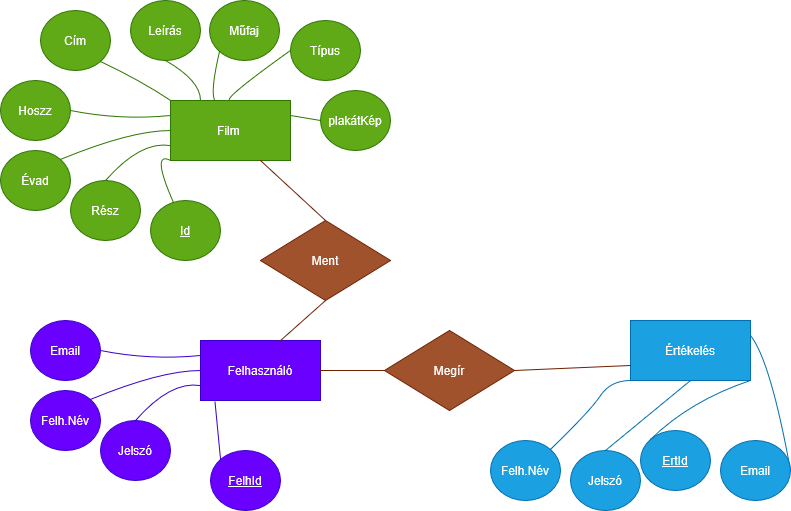
PhairithSythith/MyMiniProjects keeps this draw.io diagram as StreamTrack_EK.drawio.png. Above is the earlier version. Source tidied: cells renumbered, new cells last; positions are measured from the earlier drawing's top-left corner, leaving out a move shared by most shapes. The source it was exported from:
```xml
<mxGraphModel>
  <root>
    <mxCell id="0" />
    <mxCell id="1" parent="0" />
    <mxCell id="2" value="Film&amp;nbsp;" style="rounded=0;whiteSpace=wrap;html=1;fillColor=#60a917;fontColor=#ffffff;strokeColor=#2D7600;" parent="1" vertex="1">
      <mxGeometry x="170" y="100" width="120" height="60" as="geometry" />
    </mxCell>
    <mxCell id="3" value="Cím" style="ellipse;whiteSpace=wrap;html=1;fillColor=#60a917;fontColor=#ffffff;strokeColor=#2D7600;" parent="1" vertex="1">
      <mxGeometry x="40" y="10" width="70" height="60" as="geometry" />
    </mxCell>
    <mxCell id="4" value="Leírás" style="ellipse;whiteSpace=wrap;html=1;fillColor=#60a917;fontColor=#ffffff;strokeColor=#2D7600;" parent="1" vertex="1">
      <mxGeometry x="130" width="70" height="60" as="geometry" />
    </mxCell>
    <mxCell id="5" value="Műfaj" style="ellipse;whiteSpace=wrap;html=1;fillColor=#60a917;fontColor=#ffffff;strokeColor=#2D7600;" parent="1" vertex="1">
      <mxGeometry x="209" width="70" height="60" as="geometry" />
    </mxCell>
    <mxCell id="6" style="edgeStyle=none;curved=1;rounded=0;jettySize=auto;html=1;exitX=1;exitY=0.5;exitDx=0;exitDy=0;entryX=0;entryY=0.25;entryDx=0;entryDy=0;fontSize=12;startSize=8;endSize=8;endArrow=none;endFill=0;fillColor=#60a917;strokeColor=#2D7600;" parent="1" edge="1" source="7" target="2">
      <mxGeometry relative="1" as="geometry">
        <Array as="points">
          <mxPoint x="120" y="120" />
        </Array>
      </mxGeometry>
    </mxCell>
    <mxCell id="7" value="Hoszz" style="ellipse;whiteSpace=wrap;html=1;fillColor=#60a917;fontColor=#ffffff;strokeColor=#2D7600;" parent="1" vertex="1">
      <mxGeometry y="80" width="70" height="60" as="geometry" />
    </mxCell>
    <mxCell id="8" value="Évad" style="ellipse;whiteSpace=wrap;html=1;fillColor=#60a917;fontColor=#ffffff;strokeColor=#2D7600;" parent="1" vertex="1">
      <mxGeometry y="150" width="70" height="60" as="geometry" />
    </mxCell>
    <mxCell id="9" value="Rész" style="ellipse;whiteSpace=wrap;html=1;fillColor=#60a917;fontColor=#ffffff;strokeColor=#2D7600;" parent="1" vertex="1">
      <mxGeometry x="70" y="180" width="70" height="60" as="geometry" />
    </mxCell>
    <mxCell id="10" value="Típus" style="ellipse;whiteSpace=wrap;html=1;fillColor=#60a917;fontColor=#ffffff;strokeColor=#2D7600;" parent="1" vertex="1">
      <mxGeometry x="290" y="20" width="70" height="60" as="geometry" />
    </mxCell>
    <mxCell id="11" value="plakátKép" style="ellipse;whiteSpace=wrap;html=1;fillColor=#60a917;fontColor=#ffffff;strokeColor=#2D7600;" parent="1" vertex="1">
      <mxGeometry x="320" y="90" width="70" height="60" as="geometry" />
    </mxCell>
    <mxCell id="12" value="&lt;u&gt;Id&lt;/u&gt;" style="ellipse;whiteSpace=wrap;html=1;fillColor=#60a917;fontColor=#ffffff;strokeColor=#2D7600;" parent="1" vertex="1">
      <mxGeometry x="150" y="200" width="70" height="60" as="geometry" />
    </mxCell>
    <mxCell id="13" style="edgeStyle=none;curved=1;rounded=0;jettySize=auto;html=1;entryX=0;entryY=0;entryDx=0;entryDy=0;fontSize=12;startSize=8;endSize=8;endArrow=none;endFill=0;exitX=1;exitY=1;exitDx=0;exitDy=0;fillColor=#60a917;strokeColor=#2D7600;" parent="1" edge="1" source="3" target="2">
      <mxGeometry relative="1" as="geometry">
        <Array as="points">
          <mxPoint x="140" y="80" />
        </Array>
      </mxGeometry>
    </mxCell>
    <mxCell id="14" style="edgeStyle=none;curved=1;rounded=0;jettySize=auto;html=1;exitX=0.5;exitY=1;exitDx=0;exitDy=0;entryX=0.25;entryY=0;entryDx=0;entryDy=0;fontSize=12;startSize=8;endSize=8;endArrow=none;endFill=0;fillColor=#60a917;strokeColor=#2D7600;" parent="1" edge="1" source="4" target="2">
      <mxGeometry relative="1" as="geometry">
        <Array as="points">
          <mxPoint x="200" y="80" />
        </Array>
      </mxGeometry>
    </mxCell>
    <mxCell id="15" style="edgeStyle=none;curved=1;rounded=0;jettySize=auto;html=1;exitX=0;exitY=1;exitDx=0;exitDy=0;fontSize=12;startSize=8;endSize=8;endArrow=none;endFill=0;entryX=0.367;entryY=-0.011;entryDx=0;entryDy=0;entryPerimeter=0;fillColor=#60a917;strokeColor=#2D7600;" parent="1" edge="1" source="5" target="2">
      <mxGeometry relative="1" as="geometry">
        <Array as="points">
          <mxPoint x="210" y="90" />
        </Array>
      </mxGeometry>
    </mxCell>
    <mxCell id="16" style="edgeStyle=none;curved=1;rounded=0;jettySize=auto;html=1;exitX=1;exitY=0;exitDx=0;exitDy=0;entryX=0;entryY=0.5;entryDx=0;entryDy=0;fontSize=12;startSize=8;endSize=8;endArrow=none;endFill=0;fillColor=#60a917;strokeColor=#2D7600;" parent="1" edge="1" source="8" target="2">
      <mxGeometry relative="1" as="geometry">
        <Array as="points">
          <mxPoint x="130" y="130" />
        </Array>
      </mxGeometry>
    </mxCell>
    <mxCell id="17" style="edgeStyle=none;curved=1;rounded=0;jettySize=auto;html=1;exitX=0.5;exitY=0;exitDx=0;exitDy=0;entryX=0;entryY=0.75;entryDx=0;entryDy=0;fontSize=12;startSize=8;endSize=8;endArrow=none;endFill=0;fillColor=#60a917;strokeColor=#2D7600;" parent="1" edge="1" source="9" target="2">
      <mxGeometry relative="1" as="geometry">
        <Array as="points">
          <mxPoint x="140" y="140" />
        </Array>
      </mxGeometry>
    </mxCell>
    <mxCell id="18" style="edgeStyle=none;curved=1;rounded=0;jettySize=auto;html=1;entryX=0;entryY=1;entryDx=0;entryDy=0;fontSize=12;startSize=8;endSize=8;endArrow=none;endFill=0;fillColor=#60a917;strokeColor=#2D7600;" parent="1" edge="1" source="12" target="2">
      <mxGeometry relative="1" as="geometry">
        <Array as="points">
          <mxPoint x="150" y="150" />
        </Array>
      </mxGeometry>
    </mxCell>
    <mxCell id="19" style="edgeStyle=none;curved=1;rounded=0;jettySize=auto;html=1;exitX=0;exitY=0.5;exitDx=0;exitDy=0;fontSize=12;startSize=8;endSize=8;endArrow=none;endFill=0;entryX=0.5;entryY=0;entryDx=0;entryDy=0;fillColor=#60a917;strokeColor=#2D7600;" parent="1" edge="1" source="10" target="2">
      <mxGeometry relative="1" as="geometry">
        <Array as="points">
          <mxPoint x="220" y="100" />
        </Array>
      </mxGeometry>
    </mxCell>
    <mxCell id="20" style="edgeStyle=none;curved=1;rounded=0;jettySize=auto;html=1;exitX=0;exitY=0.5;exitDx=0;exitDy=0;fontSize=12;startSize=8;endSize=8;endArrow=none;endFill=0;entryX=1;entryY=0.25;entryDx=0;entryDy=0;fillColor=#60a917;strokeColor=#2D7600;" parent="1" edge="1" source="11" target="2">
      <mxGeometry relative="1" as="geometry" />
    </mxCell>
    <mxCell id="21" value="Felhasználó" style="rounded=0;whiteSpace=wrap;html=1;fillColor=#6a00ff;fontColor=#ffffff;strokeColor=#3700CC;" parent="1" vertex="1">
      <mxGeometry x="200" y="340" width="120" height="60" as="geometry" />
    </mxCell>
    <mxCell id="22" style="edgeStyle=none;curved=1;rounded=0;jettySize=auto;html=1;exitX=1;exitY=0.5;exitDx=0;exitDy=0;entryX=0;entryY=0.25;entryDx=0;entryDy=0;fontSize=12;startSize=8;endSize=8;endArrow=none;endFill=0;fillColor=#6a00ff;strokeColor=#3700CC;" parent="1" edge="1" source="23" target="21">
      <mxGeometry relative="1" as="geometry">
        <Array as="points">
          <mxPoint x="150" y="360" />
        </Array>
      </mxGeometry>
    </mxCell>
    <mxCell id="23" value="Email" style="ellipse;whiteSpace=wrap;html=1;fillColor=#6a00ff;fontColor=#ffffff;strokeColor=#3700CC;" parent="1" vertex="1">
      <mxGeometry x="30" y="320" width="70" height="60" as="geometry" />
    </mxCell>
    <mxCell id="24" value="Felh.Név" style="ellipse;whiteSpace=wrap;html=1;fillColor=#6a00ff;fontColor=#ffffff;strokeColor=#3700CC;" parent="1" vertex="1">
      <mxGeometry x="30" y="390" width="70" height="60" as="geometry" />
    </mxCell>
    <mxCell id="25" value="Jelszó" style="ellipse;whiteSpace=wrap;html=1;fillColor=#6a00ff;fontColor=#ffffff;strokeColor=#3700CC;" parent="1" vertex="1">
      <mxGeometry x="100" y="420" width="70" height="60" as="geometry" />
    </mxCell>
    <mxCell id="26" style="edgeStyle=none;curved=1;rounded=0;jettySize=auto;html=1;exitX=1;exitY=0;exitDx=0;exitDy=0;entryX=0;entryY=0.5;entryDx=0;entryDy=0;fontSize=12;startSize=8;endSize=8;endArrow=none;endFill=0;fillColor=#6a00ff;strokeColor=#3700CC;" parent="1" edge="1" source="24" target="21">
      <mxGeometry relative="1" as="geometry">
        <Array as="points">
          <mxPoint x="160" y="370" />
        </Array>
      </mxGeometry>
    </mxCell>
    <mxCell id="27" style="edgeStyle=none;curved=1;rounded=0;jettySize=auto;html=1;exitX=0.5;exitY=0;exitDx=0;exitDy=0;entryX=0;entryY=0.75;entryDx=0;entryDy=0;fontSize=12;startSize=8;endSize=8;endArrow=none;endFill=0;fillColor=#6a00ff;strokeColor=#3700CC;" parent="1" edge="1" source="25" target="21">
      <mxGeometry relative="1" as="geometry">
        <Array as="points">
          <mxPoint x="170" y="380" />
        </Array>
      </mxGeometry>
    </mxCell>
    <mxCell id="28" style="edgeStyle=none;curved=1;rounded=0;jettySize=auto;html=1;entryX=0.121;entryY=1.021;entryDx=0;entryDy=0;fontSize=12;startSize=8;endSize=8;endArrow=none;endFill=0;exitX=0;exitY=0;exitDx=0;exitDy=0;entryPerimeter=0;fillColor=#6a00ff;strokeColor=#3700CC;" parent="1" edge="1" source="29" target="21">
      <mxGeometry relative="1" as="geometry" />
    </mxCell>
    <mxCell id="29" value="&lt;u&gt;FelhId&lt;/u&gt;" style="ellipse;whiteSpace=wrap;html=1;fillColor=#6a00ff;fontColor=#ffffff;strokeColor=#3700CC;" parent="1" vertex="1">
      <mxGeometry x="210" y="450" width="70" height="60" as="geometry" />
    </mxCell>
    <mxCell id="30" value="Értékelés" style="rounded=0;whiteSpace=wrap;html=1;fillColor=#1ba1e2;fontColor=#ffffff;strokeColor=#006EAF;" parent="1" vertex="1">
      <mxGeometry x="630" y="320" width="120" height="60" as="geometry" />
    </mxCell>
    <mxCell id="31" style="edgeStyle=none;curved=1;rounded=0;jettySize=auto;html=1;exitX=1;exitY=0.5;exitDx=0;exitDy=0;entryX=1;entryY=0.25;entryDx=0;entryDy=0;fontSize=12;startSize=8;endSize=8;endArrow=none;endFill=0;fillColor=#1ba1e2;strokeColor=#006EAF;" parent="1" edge="1" source="32" target="30">
      <mxGeometry relative="1" as="geometry">
        <Array as="points">
          <mxPoint x="770" y="360" />
        </Array>
      </mxGeometry>
    </mxCell>
    <mxCell id="32" value="Email" style="ellipse;whiteSpace=wrap;html=1;fillColor=#1ba1e2;fontColor=#ffffff;strokeColor=#006EAF;" parent="1" vertex="1">
      <mxGeometry x="720" y="440" width="70" height="60" as="geometry" />
    </mxCell>
    <mxCell id="33" value="Felh.Név" style="ellipse;whiteSpace=wrap;html=1;fillColor=#1ba1e2;fontColor=#ffffff;strokeColor=#006EAF;" parent="1" vertex="1">
      <mxGeometry x="490" y="440" width="70" height="60" as="geometry" />
    </mxCell>
    <mxCell id="34" value="Jelszó" style="ellipse;whiteSpace=wrap;html=1;fillColor=#1ba1e2;fontColor=#ffffff;strokeColor=#006EAF;" parent="1" vertex="1">
      <mxGeometry x="570" y="450" width="70" height="60" as="geometry" />
    </mxCell>
    <mxCell id="35" style="edgeStyle=none;curved=1;rounded=0;jettySize=auto;html=1;exitX=1;exitY=0;exitDx=0;exitDy=0;entryX=0;entryY=1;entryDx=0;entryDy=0;fontSize=12;startSize=8;endSize=8;endArrow=none;endFill=0;fillColor=#1ba1e2;strokeColor=#006EAF;" parent="1" edge="1" source="33" target="30">
      <mxGeometry relative="1" as="geometry">
        <Array as="points">
          <mxPoint x="590" y="410" />
          <mxPoint x="610" y="380" />
        </Array>
      </mxGeometry>
    </mxCell>
    <mxCell id="36" style="edgeStyle=none;curved=1;rounded=0;jettySize=auto;html=1;exitX=0.5;exitY=0;exitDx=0;exitDy=0;entryX=0.5;entryY=1;entryDx=0;entryDy=0;fontSize=12;startSize=8;endSize=8;endArrow=none;endFill=0;fillColor=#1ba1e2;strokeColor=#006EAF;" parent="1" edge="1" source="34" target="30">
      <mxGeometry relative="1" as="geometry" />
    </mxCell>
    <mxCell id="37" style="edgeStyle=none;curved=1;rounded=0;jettySize=auto;html=1;fontSize=12;startSize=8;endSize=8;endArrow=none;endFill=0;exitX=0;exitY=0;exitDx=0;exitDy=0;entryX=1;entryY=1;entryDx=0;entryDy=0;fillColor=#1ba1e2;strokeColor=#006EAF;" parent="1" edge="1" source="38" target="30">
      <mxGeometry relative="1" as="geometry">
        <Array as="points">
          <mxPoint x="690" y="400" />
        </Array>
      </mxGeometry>
    </mxCell>
    <mxCell id="38" value="&lt;u&gt;ErtId&lt;/u&gt;" style="ellipse;whiteSpace=wrap;html=1;fontStyle=4;fillColor=#1ba1e2;fontColor=#ffffff;strokeColor=#006EAF;" parent="1" vertex="1">
      <mxGeometry x="640" y="430" width="70" height="60" as="geometry" />
    </mxCell>
    <mxCell id="39" style="edgeStyle=none;curved=1;rounded=0;jettySize=auto;html=1;exitX=0;exitY=0.5;exitDx=0;exitDy=0;entryX=1;entryY=0.5;entryDx=0;entryDy=0;fontSize=12;startSize=8;endSize=8;endArrow=none;endFill=0;fillColor=#a0522d;strokeColor=#6D1F00;" parent="1" edge="1" source="41" target="21">
      <mxGeometry relative="1" as="geometry" />
    </mxCell>
    <mxCell id="40" style="edgeStyle=none;curved=1;rounded=0;jettySize=auto;html=1;exitX=1;exitY=0.5;exitDx=0;exitDy=0;entryX=0;entryY=0.75;entryDx=0;entryDy=0;fontSize=12;startSize=8;endSize=8;endArrow=none;endFill=0;fillColor=#a0522d;strokeColor=#6D1F00;" parent="1" edge="1" source="41" target="30">
      <mxGeometry relative="1" as="geometry" />
    </mxCell>
    <mxCell id="41" value="Megír" style="rhombus;whiteSpace=wrap;html=1;fillColor=#a0522d;fontColor=#ffffff;strokeColor=#6D1F00;" parent="1" vertex="1">
      <mxGeometry x="384" y="330" width="130" height="80" as="geometry" />
    </mxCell>
    <mxCell id="42" style="edgeStyle=none;curved=1;rounded=0;jettySize=auto;html=1;exitX=0.5;exitY=0;exitDx=0;exitDy=0;entryX=0.75;entryY=1;entryDx=0;entryDy=0;fontSize=12;startSize=8;endSize=8;endArrow=none;endFill=0;fillColor=#a0522d;strokeColor=#6D1F00;" parent="1" edge="1" source="43" target="2">
      <mxGeometry relative="1" as="geometry" />
    </mxCell>
    <mxCell id="43" value="Ment" style="rhombus;whiteSpace=wrap;html=1;fillColor=#a0522d;fontColor=#ffffff;strokeColor=#6D1F00;" parent="1" vertex="1">
      <mxGeometry x="260" y="220" width="130" height="80" as="geometry" />
    </mxCell>
    <mxCell id="44" style="edgeStyle=none;curved=1;rounded=0;jettySize=auto;html=1;exitX=0.5;exitY=1;exitDx=0;exitDy=0;entryX=0.66;entryY=0.013;entryDx=0;entryDy=0;entryPerimeter=0;fontSize=12;startSize=8;endSize=8;endArrow=none;endFill=0;fillColor=#a0522d;strokeColor=#6D1F00;" parent="1" edge="1" source="43" target="21">
      <mxGeometry relative="1" as="geometry" />
    </mxCell>
  </root>
</mxGraphModel>
```
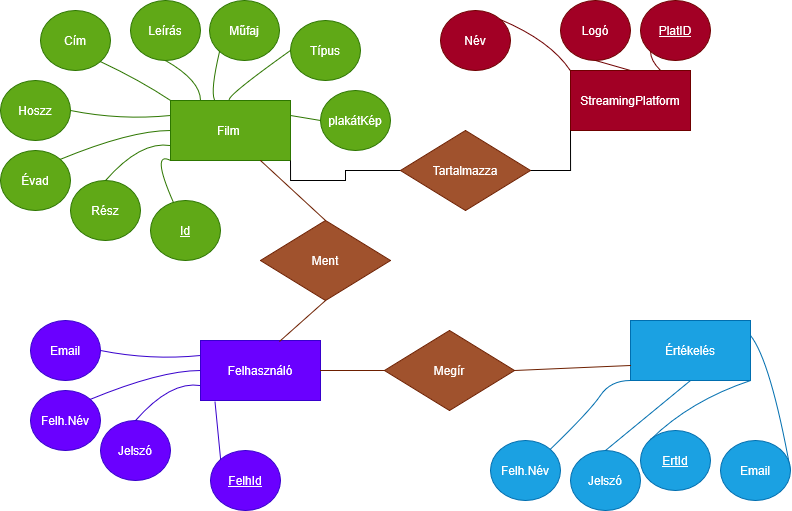
After the change.

Commit message:
Automata terv-mentes (2026. 05. 29. 12:00:00,35)

Diff of the diagram source:
```diff
@@ -188,5 +188,45 @@
     <mxCell id="44" style="edgeStyle=none;curved=1;rounded=0;jettySize=auto;html=1;exitX=0.5;exitY=1;exitDx=0;exitDy=0;entryX=0.66;entryY=0.013;entryDx=0;entryDy=0;entryPerimeter=0;fontSize=12;startSize=8;endSize=8;endArrow=none;endFill=0;fillColor=#a0522d;strokeColor=#6D1F00;" parent="1" edge="1" source="43" target="21">
       <mxGeometry relative="1" as="geometry" />
     </mxCell>
+    <mxCell id="45" value="StreamingPlatform" style="rounded=0;whiteSpace=wrap;html=1;fillColor=#a20025;fontColor=#ffffff;strokeColor=#6F0000;" parent="1" vertex="1">
+      <mxGeometry x="570" y="70" width="120" height="60" as="geometry" />
+    </mxCell>
+    <mxCell id="46" value="Név" style="ellipse;whiteSpace=wrap;html=1;fillColor=#a20025;fontColor=#ffffff;strokeColor=#6F0000;" parent="1" vertex="1">
+      <mxGeometry x="440" y="10" width="70" height="60" as="geometry" />
+    </mxCell>
+    <mxCell id="47" value="Logó" style="ellipse;whiteSpace=wrap;html=1;fillColor=#a20025;fontColor=#ffffff;strokeColor=#6F0000;" parent="1" vertex="1">
+      <mxGeometry x="560" width="70" height="60" as="geometry" />
+    </mxCell>
+    <mxCell id="48" style="edgeStyle=none;curved=1;rounded=0;jettySize=auto;html=1;exitX=1;exitY=0;exitDx=0;exitDy=0;entryX=0;entryY=0;entryDx=0;entryDy=0;fontSize=12;startSize=8;endSize=8;endArrow=none;endFill=0;fillColor=#a20025;strokeColor=#6F0000;" parent="1" edge="1" source="46" target="45">
+      <mxGeometry relative="1" as="geometry">
+        <Array as="points">
+          <mxPoint x="550" y="40" />
+        </Array>
+      </mxGeometry>
+    </mxCell>
+    <mxCell id="49" style="edgeStyle=none;curved=1;rounded=0;jettySize=auto;html=1;exitX=0.5;exitY=1;exitDx=0;exitDy=0;fontSize=12;startSize=8;endSize=8;endArrow=none;endFill=0;fillColor=#a20025;strokeColor=#6F0000;" parent="1" edge="1" source="47">
+      <mxGeometry relative="1" as="geometry">
+        <mxPoint x="630" y="70" as="targetPoint" />
+      </mxGeometry>
+    </mxCell>
+    <mxCell id="50" style="edgeStyle=none;curved=1;rounded=0;jettySize=auto;html=1;fontSize=12;startSize=8;endSize=8;endArrow=none;endFill=0;exitX=0;exitY=1;exitDx=0;exitDy=0;entryX=0.75;entryY=0;entryDx=0;entryDy=0;fillColor=#a20025;strokeColor=#6F0000;" parent="1" edge="1" source="51" target="45">
+      <mxGeometry relative="1" as="geometry">
+        <Array as="points">
+          <mxPoint x="650" y="60" />
+        </Array>
+      </mxGeometry>
+    </mxCell>
+    <mxCell id="51" value="PlatID" style="ellipse;whiteSpace=wrap;html=1;fontStyle=4;fillColor=#a20025;fontColor=#ffffff;strokeColor=#6F0000;" parent="1" vertex="1">
+      <mxGeometry x="640" width="70" height="60" as="geometry" />
+    </mxCell>
+    <mxCell id="52" style="edgeStyle=orthogonalEdgeStyle;rounded=0;jettySize=auto;html=1;exitX=0;exitY=0.5;exitDx=0;exitDy=0;entryX=1;entryY=1;entryDx=0;entryDy=0;endArrow=none;endFill=0;" parent="1" edge="1" source="54" target="2">
+      <mxGeometry relative="1" as="geometry" />
+    </mxCell>
+    <mxCell id="53" style="edgeStyle=orthogonalEdgeStyle;rounded=0;jettySize=auto;html=1;exitX=1;exitY=0.5;exitDx=0;exitDy=0;entryX=0;entryY=1;entryDx=0;entryDy=0;endArrow=none;endFill=0;" parent="1" edge="1" source="54" target="45">
+      <mxGeometry relative="1" as="geometry" />
+    </mxCell>
+    <mxCell id="54" value="Tartalmazza" style="rhombus;whiteSpace=wrap;html=1;fillColor=#a0522d;fontColor=#ffffff;strokeColor=#6D1F00;" parent="1" vertex="1">
+      <mxGeometry x="400" y="130" width="130" height="80" as="geometry" />
+    </mxCell>
   </root>
 </mxGraphModel>
```
